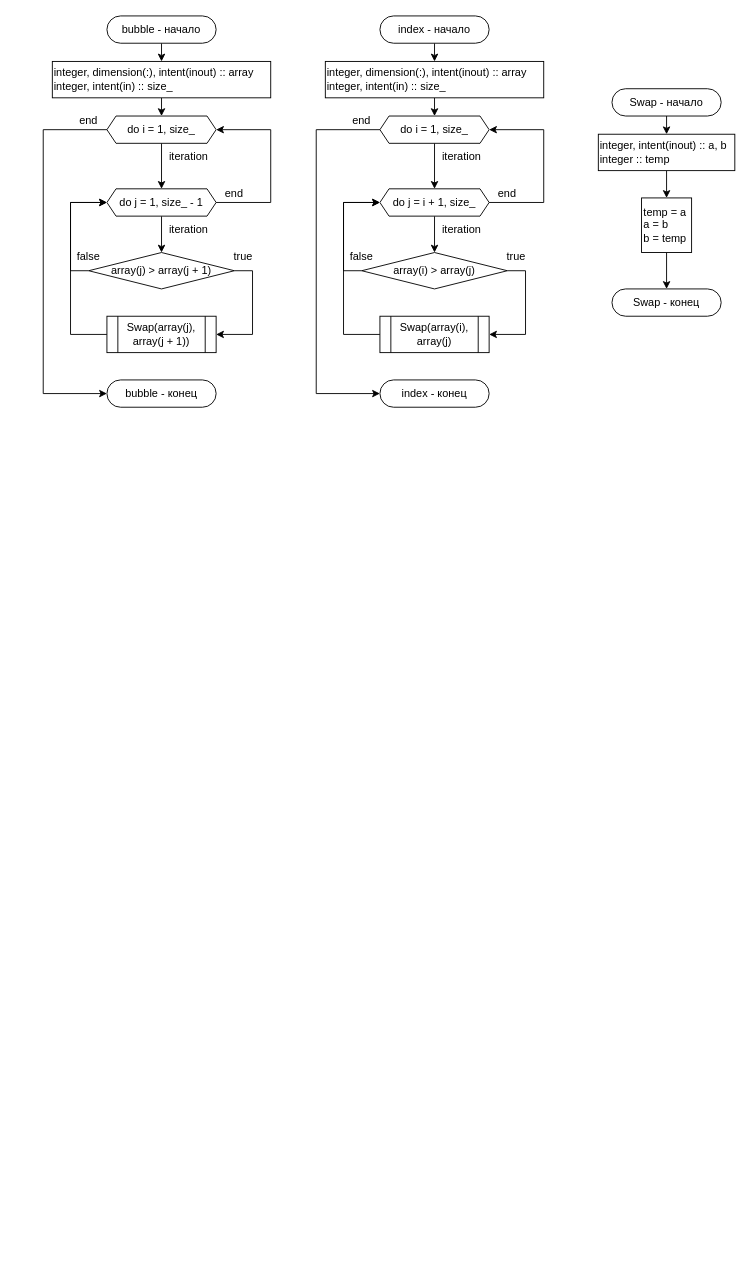
Before: task_2.drawio in erifouD/Practice-2024, a draw.io diagram. Source tidied: cells renumbered, new cells numbered last; positions are measured from the earlier drawing's top-left corner, leaving out a move shared by most shapes. Both pictures are drawn from the tidied source at 91%, with x=0, y=0 at pixel (43, 15).
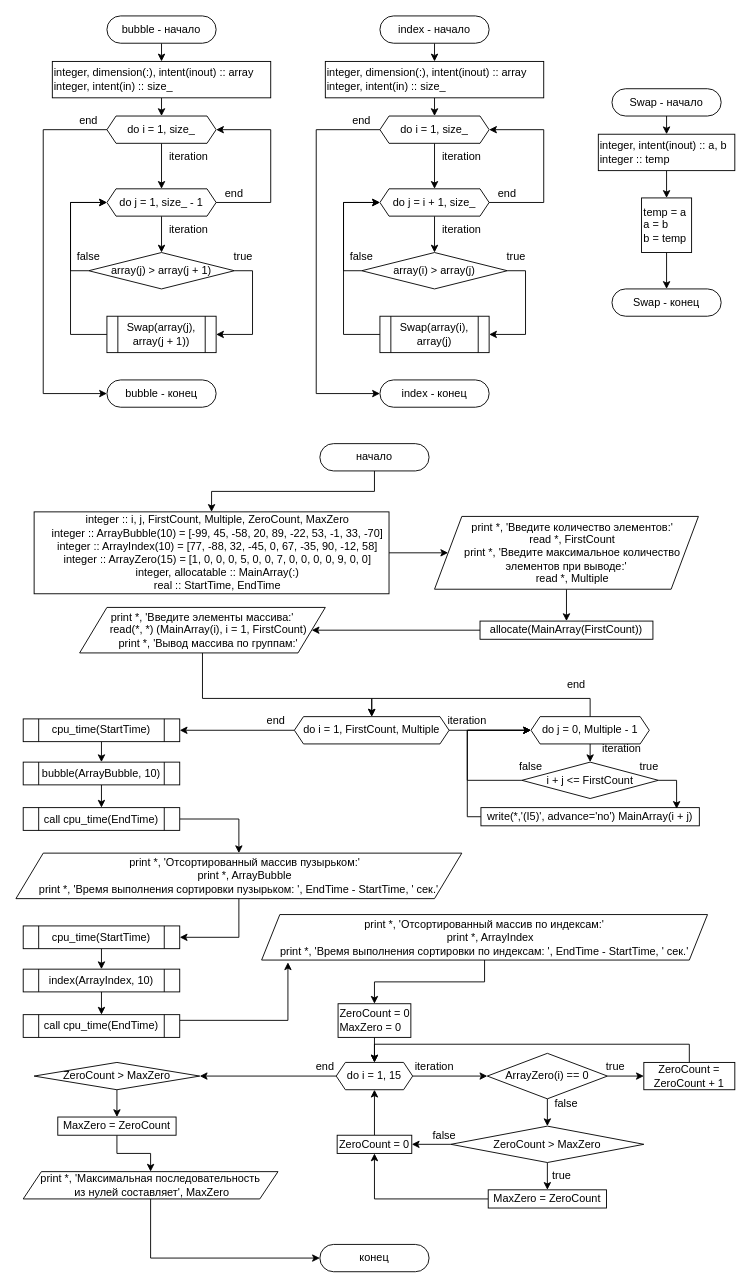
Above is the later version.

What changed in the source:
```diff
@@
+    <mxCell id="53" style="edgeStyle=orthogonalEdgeStyle;rounded=0;jettySize=auto;html=1;exitX=0.5;exitY=1;exitDx=0;exitDy=0;entryX=0.5;entryY=0;entryDx=0;entryDy=0;" parent="1" edge="1" source="54" target="56">
+      <mxGeometry relative="1" as="geometry" />
+    </mxCell>
+    <mxCell id="54" value="начало" style="rounded=1;whiteSpace=wrap;html=1;arcSize=50;" parent="1" vertex="1">
+      <mxGeometry x="304" y="470" width="120" height="30" as="geometry" />
+    </mxCell>
+    <mxCell id="55" style="edgeStyle=orthogonalEdgeStyle;rounded=0;jettySize=auto;html=1;exitX=1;exitY=0.5;exitDx=0;exitDy=0;entryX=0;entryY=0.5;entryDx=0;entryDy=0;" parent="1" edge="1" source="56" target="58">
+      <mxGeometry relative="1" as="geometry" />
+    </mxCell>
+    <mxCell id="56" value="&lt;div&gt;&amp;nbsp; &amp;nbsp; integer :: i, j, FirstCount, Multiple, ZeroCount, MaxZero&lt;/div&gt;&lt;div&gt;&amp;nbsp; &amp;nbsp; integer :: ArrayBubble(10) = [-99, 45, -58, 20, 89, -22, 53, -1, 33, -70]&lt;/div&gt;&lt;div&gt;&amp;nbsp; &amp;nbsp; integer :: ArrayIndex(10) = [77, -88, 32, -45, 0, 67, -35, 90, -12, 58]&lt;/div&gt;&lt;div&gt;&amp;nbsp; &amp;nbsp; integer :: ArrayZero(15) = [1, 0, 0, 0, 5, 0, 0, 7, 0, 0, 0, 0, 9, 0, 0]&lt;/div&gt;&lt;div&gt;&amp;nbsp; &amp;nbsp; integer, allocatable :: MainArray(:)&lt;/div&gt;&lt;div&gt;&amp;nbsp; &amp;nbsp; real :: StartTime, EndTime&lt;/div&gt;" style="rounded=0;whiteSpace=wrap;html=1;" parent="1" vertex="1">
+      <mxGeometry x="-10" y="545" width="390" height="90" as="geometry" />
+    </mxCell>
+    <mxCell id="57" style="edgeStyle=orthogonalEdgeStyle;rounded=0;jettySize=auto;html=1;exitX=0.5;exitY=1;exitDx=0;exitDy=0;entryX=0.5;entryY=0;entryDx=0;entryDy=0;" parent="1" edge="1" source="58" target="60">
+      <mxGeometry relative="1" as="geometry" />
+    </mxCell>
+    <mxCell id="58" value="&lt;div&gt;&amp;nbsp; &amp;nbsp; print *, 'Введите количество элементов:'&lt;/div&gt;&lt;div&gt;&amp;nbsp; &amp;nbsp; read *, FirstCount&lt;/div&gt;&lt;div&gt;&amp;nbsp; &amp;nbsp; print *, 'Введите максимальное количество элементов при выводе:'&lt;/div&gt;&lt;div&gt;&amp;nbsp; &amp;nbsp; read *, Multiple&lt;/div&gt;" style="shape=parallelogram;perimeter=parallelogramPerimeter;whiteSpace=wrap;html=1;fixedSize=1;size=30;" parent="1" vertex="1">
+      <mxGeometry x="430" y="550" width="290" height="80" as="geometry" />
+    </mxCell>
+    <mxCell id="59" style="edgeStyle=orthogonalEdgeStyle;rounded=0;jettySize=auto;html=1;exitX=0;exitY=0.5;exitDx=0;exitDy=0;" parent="1" edge="1" source="60" target="62">
+      <mxGeometry relative="1" as="geometry" />
+    </mxCell>
+    <mxCell id="60" value="allocate(MainArray(FirstCount))" style="rounded=0;whiteSpace=wrap;html=1;" parent="1" vertex="1">
+      <mxGeometry x="480" y="665" width="190" height="20" as="geometry" />
+    </mxCell>
+    <mxCell id="61" style="edgeStyle=orthogonalEdgeStyle;rounded=0;jettySize=auto;html=1;exitX=0.5;exitY=1;exitDx=0;exitDy=0;entryX=0.5;entryY=0;entryDx=0;entryDy=0;" parent="1" edge="1" source="62" target="65">
+      <mxGeometry relative="1" as="geometry">
+        <Array as="points">
+          <mxPoint x="175" y="750" />
+          <mxPoint x="361" y="750" />
+        </Array>
+      </mxGeometry>
+    </mxCell>
+    <mxCell id="62" value="&lt;div&gt;print *, 'Введите элементы массива:'&lt;/div&gt;&lt;div&gt;&amp;nbsp; &amp;nbsp; read(*, *) (MainArray(i), i = 1, FirstCount)&lt;/div&gt;&lt;div&gt;&amp;nbsp; &amp;nbsp; print *, 'Вывод массива по группам:'&lt;br&gt;&lt;/div&gt;" style="shape=parallelogram;perimeter=parallelogramPerimeter;whiteSpace=wrap;html=1;fixedSize=1;size=30;" parent="1" vertex="1">
+      <mxGeometry x="40" y="650" width="270" height="50" as="geometry" />
+    </mxCell>
+    <mxCell id="63" style="edgeStyle=orthogonalEdgeStyle;rounded=0;jettySize=auto;html=1;exitX=1;exitY=0.5;exitDx=0;exitDy=0;entryX=0;entryY=0.5;entryDx=0;entryDy=0;" parent="1" edge="1" source="65" target="68">
+      <mxGeometry relative="1" as="geometry" />
+    </mxCell>
+    <mxCell id="64" style="edgeStyle=orthogonalEdgeStyle;rounded=0;jettySize=auto;html=1;exitX=0;exitY=0.5;exitDx=0;exitDy=0;entryX=1;entryY=0.5;entryDx=0;entryDy=0;" parent="1" edge="1" source="65" target="80">
+      <mxGeometry relative="1" as="geometry" />
+    </mxCell>
+    <mxCell id="65" value="do i = 1, FirstCount, Multiple" style="shape=hexagon;perimeter=hexagonPerimeter2;whiteSpace=wrap;html=1;fixedSize=1;size=10;" parent="1" vertex="1">
+      <mxGeometry x="276" y="770" width="170" height="30" as="geometry" />
+    </mxCell>
+    <mxCell id="66" style="edgeStyle=orthogonalEdgeStyle;rounded=0;jettySize=auto;html=1;exitX=0.5;exitY=1;exitDx=0;exitDy=0;entryX=0.5;entryY=0;entryDx=0;entryDy=0;" parent="1" edge="1" source="68" target="70">
+      <mxGeometry relative="1" as="geometry" />
+    </mxCell>
+    <mxCell id="67" style="edgeStyle=orthogonalEdgeStyle;rounded=0;jettySize=auto;html=1;exitX=0.5;exitY=0;exitDx=0;exitDy=0;entryX=0.5;entryY=0;entryDx=0;entryDy=0;" parent="1" edge="1" source="68" target="65">
+      <mxGeometry relative="1" as="geometry" />
+    </mxCell>
+    <mxCell id="68" value="do j = 0, Multiple - 1" style="shape=hexagon;perimeter=hexagonPerimeter2;whiteSpace=wrap;html=1;fixedSize=1;size=10;" parent="1" vertex="1">
+      <mxGeometry x="536" y="770" width="130" height="30" as="geometry" />
+    </mxCell>
+    <mxCell id="69" style="edgeStyle=orthogonalEdgeStyle;rounded=0;jettySize=auto;html=1;exitX=0;exitY=0.5;exitDx=0;exitDy=0;entryX=0;entryY=0.5;entryDx=0;entryDy=0;" parent="1" edge="1" source="70" target="68">
+      <mxGeometry relative="1" as="geometry">
+        <Array as="points">
+          <mxPoint x="466" y="840" />
+          <mxPoint x="466" y="785" />
+        </Array>
+      </mxGeometry>
+    </mxCell>
+    <mxCell id="70" value="i + j &amp;lt;= FirstCount" style="rhombus;whiteSpace=wrap;html=1;" parent="1" vertex="1">
+      <mxGeometry x="526" y="820" width="150" height="40" as="geometry" />
+    </mxCell>
+    <mxCell id="71" value="false" style="text;html=1;align=center;verticalAlign=middle;whiteSpace=wrap;rounded=0;" parent="1" vertex="1">
+      <mxGeometry x="526" y="820" width="20" height="10" as="geometry" />
+    </mxCell>
+    <mxCell id="72" value="true" style="text;html=1;align=center;verticalAlign=middle;whiteSpace=wrap;rounded=0;" parent="1" vertex="1">
+      <mxGeometry x="656" y="820" width="20" height="10" as="geometry" />
+    </mxCell>
+    <mxCell id="73" style="edgeStyle=orthogonalEdgeStyle;rounded=0;jettySize=auto;html=1;exitX=0;exitY=0.5;exitDx=0;exitDy=0;entryX=0;entryY=0.5;entryDx=0;entryDy=0;" parent="1" edge="1" source="74" target="68">
+      <mxGeometry relative="1" as="geometry">
+        <Array as="points">
+          <mxPoint x="466" y="880" />
+          <mxPoint x="466" y="785" />
+        </Array>
+      </mxGeometry>
+    </mxCell>
+    <mxCell id="74" value="write(*,'(I5)', advance='no') MainArray(i + j)" style="rounded=0;whiteSpace=wrap;html=1;" parent="1" vertex="1">
+      <mxGeometry x="481" y="870" width="240" height="20" as="geometry" />
+    </mxCell>
+    <mxCell id="75" style="edgeStyle=orthogonalEdgeStyle;rounded=0;jettySize=auto;html=1;exitX=1;exitY=0.5;exitDx=0;exitDy=0;entryX=0.896;entryY=0.067;entryDx=0;entryDy=0;entryPerimeter=0;" parent="1" edge="1" source="70" target="74">
+      <mxGeometry relative="1" as="geometry">
+        <Array as="points">
+          <mxPoint x="696" y="840" />
+        </Array>
+      </mxGeometry>
+    </mxCell>
+    <mxCell id="76" value="iteration" style="text;html=1;align=center;verticalAlign=middle;whiteSpace=wrap;rounded=0;" parent="1" vertex="1">
+      <mxGeometry x="606" y="790" width="60" height="30" as="geometry" />
+    </mxCell>
+    <mxCell id="77" value="end" style="text;html=1;align=center;verticalAlign=middle;whiteSpace=wrap;rounded=0;" parent="1" vertex="1">
+      <mxGeometry x="556" y="720" width="60" height="30" as="geometry" />
+    </mxCell>
+    <mxCell id="78" value="iteration" style="text;html=1;align=center;verticalAlign=middle;whiteSpace=wrap;rounded=0;" parent="1" vertex="1">
+      <mxGeometry x="436" y="760" width="60" height="30" as="geometry" />
+    </mxCell>
+    <mxCell id="79" style="edgeStyle=orthogonalEdgeStyle;rounded=0;jettySize=auto;html=1;exitX=0.5;exitY=1;exitDx=0;exitDy=0;entryX=0.5;entryY=0;entryDx=0;entryDy=0;" parent="1" edge="1" source="80" target="83">
+      <mxGeometry relative="1" as="geometry" />
+    </mxCell>
+    <mxCell id="80" value="cpu_time(StartTime)" style="shape=process;whiteSpace=wrap;html=1;backgroundOutline=1;" parent="1" vertex="1">
+      <mxGeometry x="-22" y="772.5" width="172" height="25" as="geometry" />
+    </mxCell>
+    <mxCell id="81" value="end" style="text;html=1;align=center;verticalAlign=middle;whiteSpace=wrap;rounded=0;" parent="1" vertex="1">
+      <mxGeometry x="226" y="760" width="60" height="30" as="geometry" />
+    </mxCell>
+    <mxCell id="82" style="edgeStyle=orthogonalEdgeStyle;rounded=0;jettySize=auto;html=1;exitX=0.5;exitY=1;exitDx=0;exitDy=0;entryX=0.5;entryY=0;entryDx=0;entryDy=0;" parent="1" edge="1" source="83" target="85">
+      <mxGeometry relative="1" as="geometry" />
+    </mxCell>
+    <mxCell id="83" value="bubble(ArrayBubble, 10)" style="shape=process;whiteSpace=wrap;html=1;backgroundOutline=1;" parent="1" vertex="1">
+      <mxGeometry x="-22" y="820" width="172" height="25" as="geometry" />
+    </mxCell>
+    <mxCell id="84" style="edgeStyle=orthogonalEdgeStyle;rounded=0;jettySize=auto;html=1;exitX=1;exitY=0.5;exitDx=0;exitDy=0;entryX=0.5;entryY=0;entryDx=0;entryDy=0;" parent="1" edge="1" source="85" target="87">
+      <mxGeometry relative="1" as="geometry" />
+    </mxCell>
+    <mxCell id="85" value="call cpu_time(EndTime)" style="shape=process;whiteSpace=wrap;html=1;backgroundOutline=1;" parent="1" vertex="1">
+      <mxGeometry x="-22" y="870" width="172" height="25" as="geometry" />
+    </mxCell>
+    <mxCell id="86" style="edgeStyle=orthogonalEdgeStyle;rounded=0;jettySize=auto;html=1;exitX=0.5;exitY=1;exitDx=0;exitDy=0;entryX=1;entryY=0.5;entryDx=0;entryDy=0;" parent="1" edge="1" source="87" target="89">
+      <mxGeometry relative="1" as="geometry" />
+    </mxCell>
+    <mxCell id="87" value="&lt;div&gt;&amp;nbsp; &amp;nbsp; print *, 'Отсортированный массив пузырьком:'&lt;/div&gt;&lt;div&gt;&amp;nbsp; &amp;nbsp; print *, ArrayBubble&lt;/div&gt;&lt;div&gt;&lt;span style=&quot;background-color: initial;&quot;&gt;print *, 'Время выполнения сортировки пузырьком: ', EndTime - StartTime, ' сек.'&lt;/span&gt;&lt;/div&gt;" style="shape=parallelogram;perimeter=parallelogramPerimeter;whiteSpace=wrap;html=1;fixedSize=1;size=30;" parent="1" vertex="1">
+      <mxGeometry x="-30" y="920" width="490" height="50" as="geometry" />
+    </mxCell>
+    <mxCell id="88" style="edgeStyle=orthogonalEdgeStyle;rounded=0;jettySize=auto;html=1;exitX=0.5;exitY=1;exitDx=0;exitDy=0;entryX=0.5;entryY=0;entryDx=0;entryDy=0;" parent="1" edge="1" source="89" target="91">
+      <mxGeometry relative="1" as="geometry" />
+    </mxCell>
+    <mxCell id="89" value="cpu_time(StartTime)" style="shape=process;whiteSpace=wrap;html=1;backgroundOutline=1;" parent="1" vertex="1">
+      <mxGeometry x="-22" y="1000" width="172" height="25" as="geometry" />
+    </mxCell>
+    <mxCell id="90" style="edgeStyle=orthogonalEdgeStyle;rounded=0;jettySize=auto;html=1;exitX=0.5;exitY=1;exitDx=0;exitDy=0;entryX=0.5;entryY=0;entryDx=0;entryDy=0;" parent="1" edge="1" source="91" target="93">
+      <mxGeometry relative="1" as="geometry" />
+    </mxCell>
+    <mxCell id="91" value="index(ArrayIndex, 10)" style="shape=process;whiteSpace=wrap;html=1;backgroundOutline=1;" parent="1" vertex="1">
+      <mxGeometry x="-22" y="1047.5" width="172" height="25" as="geometry" />
+    </mxCell>
+    <mxCell id="92" style="edgeStyle=orthogonalEdgeStyle;rounded=0;jettySize=auto;html=1;exitX=1;exitY=0.25;exitDx=0;exitDy=0;entryX=0.059;entryY=1.05;entryDx=0;entryDy=0;entryPerimeter=0;" parent="1" edge="1" source="93" target="95">
+      <mxGeometry relative="1" as="geometry" />
+    </mxCell>
+    <mxCell id="93" value="call cpu_time(EndTime)" style="shape=process;whiteSpace=wrap;html=1;backgroundOutline=1;" parent="1" vertex="1">
+      <mxGeometry x="-22" y="1097.5" width="172" height="25" as="geometry" />
+    </mxCell>
+    <mxCell id="94" style="edgeStyle=orthogonalEdgeStyle;rounded=0;jettySize=auto;html=1;exitX=0.5;exitY=1;exitDx=0;exitDy=0;entryX=0.5;entryY=0;entryDx=0;entryDy=0;" parent="1" edge="1" source="95" target="97">
+      <mxGeometry relative="1" as="geometry" />
+    </mxCell>
+    <mxCell id="95" value="&lt;div&gt;print *, 'Отсортированный массив по индексам:'&lt;/div&gt;&lt;div&gt;&amp;nbsp; &amp;nbsp; print *, ArrayIndex&lt;/div&gt;&lt;div&gt;&lt;span style=&quot;background-color: initial;&quot;&gt;print *, 'Время выполнения сортировки по индексам: ', EndTime - StartTime, ' сек.'&lt;/span&gt;&lt;/div&gt;" style="shape=parallelogram;perimeter=parallelogramPerimeter;whiteSpace=wrap;html=1;fixedSize=1;size=20;" parent="1" vertex="1">
+      <mxGeometry x="240" y="987.5" width="490" height="50" as="geometry" />
+    </mxCell>
+    <mxCell id="96" style="edgeStyle=orthogonalEdgeStyle;rounded=0;jettySize=auto;html=1;exitX=0.5;exitY=1;exitDx=0;exitDy=0;entryX=0.5;entryY=0;entryDx=0;entryDy=0;" parent="1" edge="1" source="97" target="100">
+      <mxGeometry relative="1" as="geometry" />
+    </mxCell>
+    <mxCell id="97" value="&lt;div&gt;ZeroCount = 0&lt;/div&gt;&lt;div&gt;MaxZero = 0&lt;/div&gt;" style="rounded=0;whiteSpace=wrap;html=1;align=left;" parent="1" vertex="1">
+      <mxGeometry x="324" y="1085.5" width="80" height="37" as="geometry" />
+    </mxCell>
+    <mxCell id="98" style="edgeStyle=orthogonalEdgeStyle;rounded=0;jettySize=auto;html=1;" parent="1" edge="1" source="100" target="103">
+      <mxGeometry relative="1" as="geometry" />
+    </mxCell>
+    <mxCell id="99" style="edgeStyle=orthogonalEdgeStyle;rounded=0;jettySize=auto;html=1;exitX=0;exitY=0.5;exitDx=0;exitDy=0;entryX=1;entryY=0.5;entryDx=0;entryDy=0;" parent="1" edge="1" source="100" target="119">
+      <mxGeometry relative="1" as="geometry" />
+    </mxCell>
+    <mxCell id="100" value="do i = 1, 15" style="shape=hexagon;perimeter=hexagonPerimeter2;whiteSpace=wrap;html=1;fixedSize=1;size=10;" parent="1" vertex="1">
+      <mxGeometry x="322" y="1150" width="84" height="30" as="geometry" />
+    </mxCell>
+    <mxCell id="101" style="edgeStyle=orthogonalEdgeStyle;rounded=0;jettySize=auto;html=1;" parent="1" edge="1" source="103" target="106">
+      <mxGeometry relative="1" as="geometry" />
+    </mxCell>
+    <mxCell id="102" style="edgeStyle=orthogonalEdgeStyle;rounded=0;jettySize=auto;html=1;exitX=0.5;exitY=1;exitDx=0;exitDy=0;entryX=0.5;entryY=0;entryDx=0;entryDy=0;" parent="1" edge="1" source="103" target="110">
+      <mxGeometry relative="1" as="geometry" />
+    </mxCell>
+    <mxCell id="103" value="ArrayZero(i) == 0" style="rhombus;whiteSpace=wrap;html=1;" parent="1" vertex="1">
+      <mxGeometry x="488" y="1140" width="132" height="50" as="geometry" />
+    </mxCell>
+    <mxCell id="104" value="iteration" style="text;html=1;align=center;verticalAlign=middle;whiteSpace=wrap;rounded=0;" parent="1" vertex="1">
+      <mxGeometry x="400" y="1140" width="60" height="30" as="geometry" />
+    </mxCell>
+    <mxCell id="105" style="edgeStyle=orthogonalEdgeStyle;rounded=0;jettySize=auto;html=1;exitX=0.5;exitY=0;exitDx=0;exitDy=0;entryX=0.5;entryY=0;entryDx=0;entryDy=0;" parent="1" edge="1" source="106" target="100">
+      <mxGeometry relative="1" as="geometry" />
+    </mxCell>
+    <mxCell id="106" value="ZeroCount = ZeroCount + 1" style="whiteSpace=wrap;html=1;" parent="1" vertex="1">
+      <mxGeometry x="660" y="1150" width="100" height="30" as="geometry" />
+    </mxCell>
+    <mxCell id="107" value="true" style="text;html=1;align=center;verticalAlign=middle;whiteSpace=wrap;rounded=0;" parent="1" vertex="1">
+      <mxGeometry x="560" y="1270" width="20" height="10" as="geometry" />
+    </mxCell>
+    <mxCell id="108" style="edgeStyle=orthogonalEdgeStyle;rounded=0;jettySize=auto;html=1;exitX=0.5;exitY=1;exitDx=0;exitDy=0;entryX=0.5;entryY=0;entryDx=0;entryDy=0;" parent="1" edge="1" source="110" target="113">
+      <mxGeometry relative="1" as="geometry" />
+    </mxCell>
+    <mxCell id="109" style="edgeStyle=orthogonalEdgeStyle;rounded=0;jettySize=auto;html=1;exitX=0;exitY=0.5;exitDx=0;exitDy=0;entryX=1;entryY=0.5;entryDx=0;entryDy=0;" parent="1" edge="1" source="110" target="115">
+      <mxGeometry relative="1" as="geometry" />
+    </mxCell>
+    <mxCell id="110" value="ZeroCount &amp;gt; MaxZero" style="rhombus;whiteSpace=wrap;html=1;" parent="1" vertex="1">
+      <mxGeometry x="448" y="1220" width="212" height="40" as="geometry" />
+    </mxCell>
+    <mxCell id="111" value="false" style="text;html=1;align=center;verticalAlign=middle;whiteSpace=wrap;rounded=0;" parent="1" vertex="1">
+      <mxGeometry x="431" y="1226" width="20" height="10" as="geometry" />
+    </mxCell>
+    <mxCell id="112" style="edgeStyle=orthogonalEdgeStyle;rounded=0;jettySize=auto;html=1;exitX=0;exitY=0.5;exitDx=0;exitDy=0;entryX=0.5;entryY=1;entryDx=0;entryDy=0;" parent="1" edge="1" source="113" target="115">
+      <mxGeometry relative="1" as="geometry" />
+    </mxCell>
+    <mxCell id="113" value="MaxZero = ZeroCount" style="rounded=0;whiteSpace=wrap;html=1;" parent="1" vertex="1">
+      <mxGeometry x="489" y="1290" width="130" height="20" as="geometry" />
+    </mxCell>
+    <mxCell id="114" style="edgeStyle=orthogonalEdgeStyle;rounded=0;jettySize=auto;html=1;exitX=0.5;exitY=0;exitDx=0;exitDy=0;entryX=0.5;entryY=1;entryDx=0;entryDy=0;" parent="1" edge="1" source="115" target="100">
+      <mxGeometry relative="1" as="geometry" />
+    </mxCell>
+    <mxCell id="115" value="ZeroCount = 0" style="rounded=0;whiteSpace=wrap;html=1;" parent="1" vertex="1">
+      <mxGeometry x="323" y="1230" width="82" height="20" as="geometry" />
+    </mxCell>
+    <mxCell id="116" value="true" style="text;html=1;align=center;verticalAlign=middle;whiteSpace=wrap;rounded=0;" parent="1" vertex="1">
+      <mxGeometry x="619" y="1150" width="20" height="10" as="geometry" />
+    </mxCell>
+    <mxCell id="117" value="false" style="text;html=1;align=center;verticalAlign=middle;whiteSpace=wrap;rounded=0;" parent="1" vertex="1">
+      <mxGeometry x="565" y="1190" width="20" height="10" as="geometry" />
+    </mxCell>
+    <mxCell id="118" style="edgeStyle=orthogonalEdgeStyle;rounded=0;jettySize=auto;html=1;exitX=0.5;exitY=1;exitDx=0;exitDy=0;entryX=0.5;entryY=0;entryDx=0;entryDy=0;" parent="1" edge="1" source="119" target="122">
+      <mxGeometry relative="1" as="geometry" />
+    </mxCell>
+    <mxCell id="119" value="ZeroCount &amp;gt; MaxZero" style="rhombus;whiteSpace=wrap;html=1;" parent="1" vertex="1">
+      <mxGeometry x="-10" y="1150" width="182" height="30" as="geometry" />
+    </mxCell>
+    <mxCell id="120" value="end" style="text;html=1;align=center;verticalAlign=middle;whiteSpace=wrap;rounded=0;" parent="1" vertex="1">
+      <mxGeometry x="300" y="1150" width="20" height="10" as="geometry" />
+    </mxCell>
+    <mxCell id="121" style="edgeStyle=orthogonalEdgeStyle;rounded=0;jettySize=auto;html=1;exitX=0.5;exitY=1;exitDx=0;exitDy=0;entryX=0.5;entryY=0;entryDx=0;entryDy=0;" parent="1" edge="1" source="122" target="124">
+      <mxGeometry relative="1" as="geometry" />
+    </mxCell>
+    <mxCell id="122" value="MaxZero = ZeroCount" style="rounded=0;whiteSpace=wrap;html=1;" parent="1" vertex="1">
+      <mxGeometry x="16" y="1210" width="130" height="20" as="geometry" />
+    </mxCell>
+    <mxCell id="123" style="edgeStyle=orthogonalEdgeStyle;rounded=0;jettySize=auto;html=1;exitX=0.5;exitY=1;exitDx=0;exitDy=0;entryX=0;entryY=0.5;entryDx=0;entryDy=0;" parent="1" edge="1" source="124" target="125">
+      <mxGeometry relative="1" as="geometry" />
+    </mxCell>
+    <mxCell id="124" value="print *, 'Максимальная последовательность&lt;div&gt;&amp;nbsp;из нулей составляет', MaxZero&lt;/div&gt;" style="shape=parallelogram;perimeter=parallelogramPerimeter;whiteSpace=wrap;html=1;fixedSize=1;size=20;" parent="1" vertex="1">
+      <mxGeometry x="-22" y="1270" width="280" height="30" as="geometry" />
+    </mxCell>
+    <mxCell id="125" value="конец" style="rounded=1;whiteSpace=wrap;html=1;arcSize=50;" parent="1" vertex="1">
+      <mxGeometry x="304" y="1350" width="120" height="30" as="geometry" />
+    </mxCell>
```
